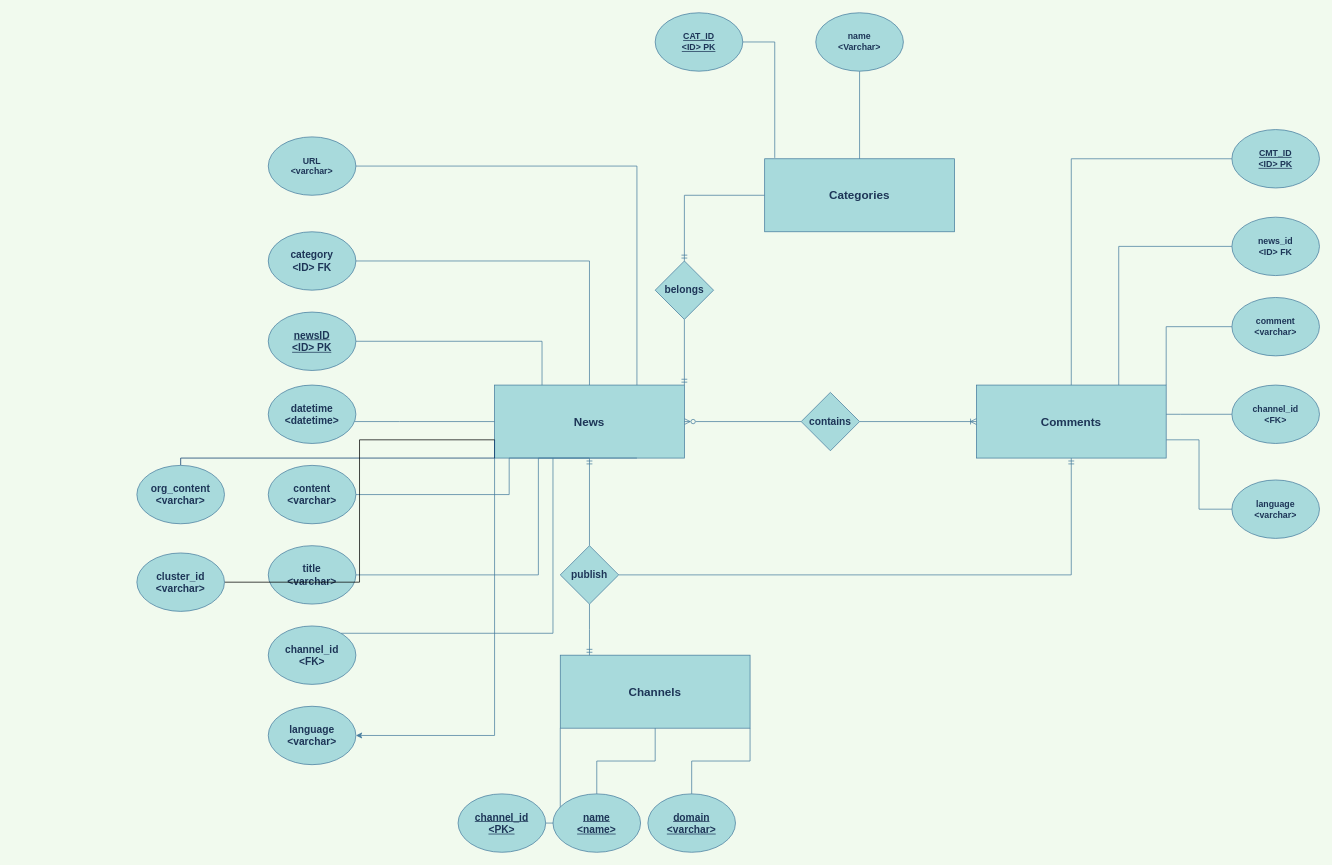
This is news_dataset.drawio from xiaochen93/xiaochen93, a draw.io file, before an edit. Source tidied: cells renumbered, new cells numbered last; positions are measured from the earlier drawing's top-left corner, leaving out a move shared by most shapes. Both pictures are drawn from the tidied source at 73%, with x=0, y=0 at pixel (137, 12).
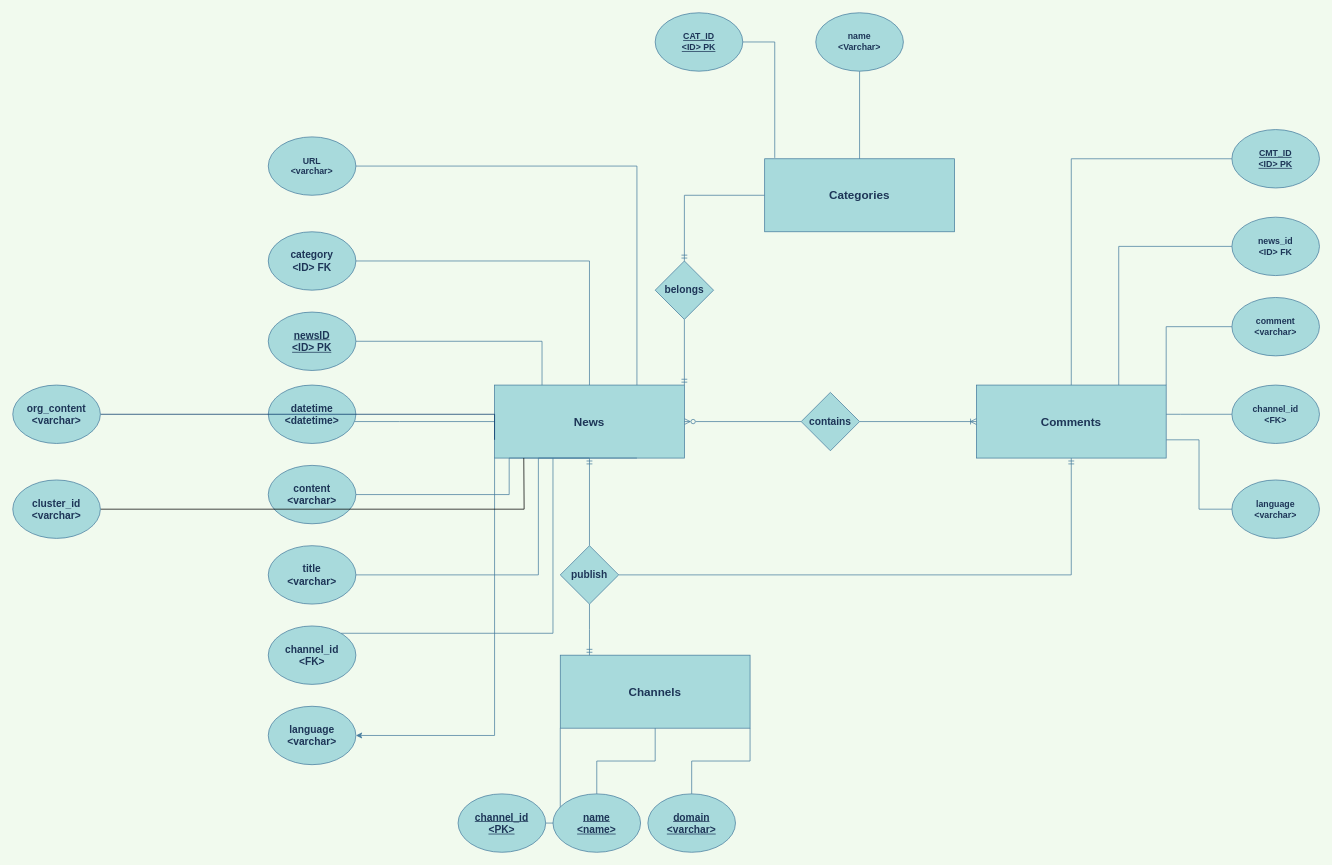
The same page after the edit.

Unchanged cells that the change refers to:
```xml
<mxCell id="6" value="News" style="rounded=0;whiteSpace=wrap;html=1;fontSize=16;fontStyle=1;fillColor=#A8DADC;strokeColor=#457B9D;fontColor=#1D3557;" parent="1" vertex="1">
  <mxGeometry x="490" y="510" width="260" height="100" as="geometry" />
</mxCell>
```

Change to the diagram source:
```diff
@@
     <mxCell id="52" style="edgeStyle=orthogonalEdgeStyle;rounded=0;jettySize=auto;html=1;entryX=0;entryY=0.75;entryDx=0;entryDy=0;fontSize=14;endArrow=none;endFill=0;strokeColor=#003366;" parent="1" edge="1" source="53" target="6">
       <mxGeometry relative="1" as="geometry">
         <Array as="points">
-          <mxPoint x="60" y="610" />
-          <mxPoint x="490" y="610" />
+          <mxPoint x="490" y="550" />
         </Array>
       </mxGeometry>
     </mxCell>
     <mxCell id="53" value="org_content&lt;br style=&quot;font-size: 14px;&quot;&gt;&amp;lt;varchar&amp;gt;" style="ellipse;whiteSpace=wrap;html=1;fontStyle=1;fontSize=14;fillColor=#A8DADC;strokeColor=#457B9D;fontColor=#1D3557;" parent="1" vertex="1">
-      <mxGeometry y="620" width="120" height="80" as="geometry" />
+      <mxGeometry x="-170" y="510" width="120" height="80" as="geometry" />
     </mxCell>
-    <mxCell id="54" style="edgeStyle=orthogonalEdgeStyle;rounded=0;jettySize=auto;html=1;entryX=0;entryY=0.75;entryDx=0;entryDy=0;endArrow=none;endFill=0;" parent="1" edge="1" source="55" target="6">
-      <mxGeometry relative="1" as="geometry" />
+    <mxCell id="54" style="edgeStyle=orthogonalEdgeStyle;rounded=0;jettySize=auto;html=1;endArrow=none;endFill=0;" parent="1" edge="1" source="55">
+      <mxGeometry relative="1" as="geometry">
+        <mxPoint x="530" y="610" as="targetPoint" />
+      </mxGeometry>
     </mxCell>
     <mxCell id="55" value="cluster_id&lt;br&gt;&amp;lt;varchar&amp;gt;" style="ellipse;whiteSpace=wrap;html=1;fontStyle=1;fontSize=14;fillColor=#A8DADC;strokeColor=#457B9D;fontColor=#1D3557;" parent="1" vertex="1">
-      <mxGeometry y="740" width="120" height="80" as="geometry" />
+      <mxGeometry x="-170" y="640" width="120" height="80" as="geometry" />
     </mxCell>
```
